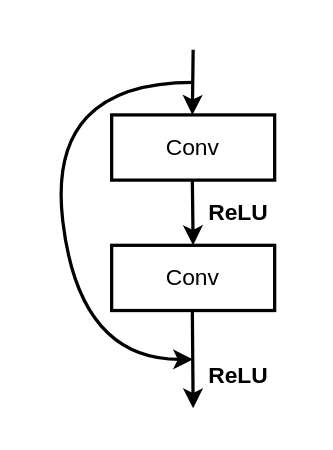
hcxisme/pyeeg keeps this draw.io diagram as jiantou.drawio. Above is the earlier version. Source tidied: cells renumbered, new cells numbered last; positions are measured from the earlier drawing's top-left corner, leaving out a move shared by most shapes. Both pictures are drawn from the tidied source at 163%, with x=0, y=0 at pixel (46, 49).
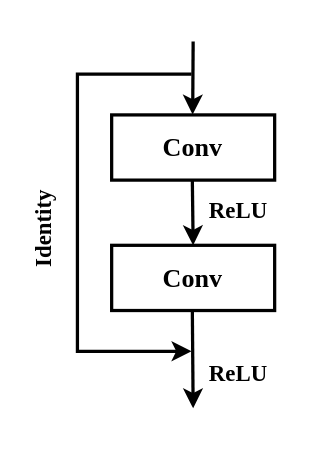
The same page after the edit.

Change to the diagram source:
```diff
@@
 <mxGraphModel>
   <root>
     <mxCell id="0" />
     <mxCell id="1" parent="0" />
-    <mxCell id="2" value="&lt;font style=&quot;font-size: 14px&quot;&gt;Conv&lt;/font&gt;" style="rounded=0;whiteSpace=wrap;html=1;strokeWidth=2;" parent="1" vertex="1">
+    <mxCell id="2" value="&lt;font style=&quot;font-size: 16px&quot; face=&quot;Times New Roman&quot;&gt;&lt;b&gt;Conv&lt;/b&gt;&lt;/font&gt;" style="rounded=0;whiteSpace=wrap;html=1;strokeWidth=2;" parent="1" vertex="1">
       <mxGeometry x="40" y="40" width="100" height="40" as="geometry" />
     </mxCell>
-    <mxCell id="3" value="&lt;font style=&quot;font-size: 14px&quot;&gt;Conv&lt;/font&gt;" style="rounded=0;whiteSpace=wrap;html=1;strokeWidth=2;" parent="1" vertex="1">
+    <mxCell id="3" value="&lt;font style=&quot;font-size: 16px&quot; face=&quot;Times New Roman&quot;&gt;&lt;b&gt;Conv&lt;/b&gt;&lt;/font&gt;" style="rounded=0;whiteSpace=wrap;html=1;strokeWidth=2;" parent="1" vertex="1">
       <mxGeometry x="40" y="120" width="100" height="40" as="geometry" />
     </mxCell>
     <mxCell id="4" style="endArrow=classic;html=1;strokeWidth=2;" parent="1" edge="1">
       <mxGeometry relative="1" as="geometry">
         <mxPoint x="89.5" y="80" as="sourcePoint" />
         <mxPoint x="90" y="120" as="targetPoint" />
       </mxGeometry>
     </mxCell>
     <mxCell id="5" style="endArrow=classic;html=1;strokeWidth=2;" parent="1" edge="1">
       <mxGeometry relative="1" as="geometry">
         <mxPoint x="89.5" y="160" as="sourcePoint" />
         <mxPoint x="90" y="220" as="targetPoint" />
       </mxGeometry>
     </mxCell>
-    <mxCell id="6" style="endArrow=classic;html=1;strokeWidth=2;" parent="1" edge="1">
-      <mxGeometry relative="1" as="geometry">
-        <mxPoint x="90" as="sourcePoint" />
-        <mxPoint x="89.5" y="40" as="targetPoint" />
-      </mxGeometry>
-    </mxCell>
-    <mxCell id="7" value="&lt;b&gt;&lt;font style=&quot;font-size: 14px&quot;&gt;ReLU&lt;/font&gt;&lt;/b&gt;" style="text;html=1;strokeColor=none;fillColor=none;align=center;verticalAlign=middle;whiteSpace=wrap;rounded=0;" parent="1" vertex="1">
+    <mxCell id="7" value="&lt;font style=&quot;font-size: 14px&quot; face=&quot;Times New Roman&quot;&gt;&lt;b&gt;ReLU&lt;/b&gt;&lt;/font&gt;" style="text;html=1;strokeColor=none;fillColor=none;align=center;verticalAlign=middle;whiteSpace=wrap;rounded=0;fontColor=default;" parent="1" vertex="1">
       <mxGeometry x="77" y="90" width="82" height="20" as="geometry" />
     </mxCell>
-    <mxCell id="8" style="curved=1;endArrow=classic;html=1;strokeWidth=2;" parent="1" edge="1">
-      <mxGeometry relative="1" as="geometry">
-        <mxPoint x="90" y="20" as="sourcePoint" />
-        <mxPoint x="90" y="190" as="targetPoint" />
-        <Array as="points">
-          <mxPoint y="20" />
-          <mxPoint x="20" y="190" />
-        </Array>
-      </mxGeometry>
-    </mxCell>
-    <mxCell id="9" value="&lt;b&gt;&lt;font style=&quot;font-size: 14px&quot;&gt;ReLU&lt;/font&gt;&lt;/b&gt;" style="text;html=1;strokeColor=none;fillColor=none;align=center;verticalAlign=middle;whiteSpace=wrap;rounded=0;" parent="1" vertex="1">
+    <mxCell id="9" value="&lt;font style=&quot;font-size: 14px&quot; face=&quot;Times New Roman&quot;&gt;&lt;b&gt;ReLU&lt;/b&gt;&lt;/font&gt;" style="text;html=1;strokeColor=none;fillColor=none;align=center;verticalAlign=middle;whiteSpace=wrap;rounded=0;" parent="1" vertex="1">
       <mxGeometry x="98" y="190" width="40" height="20" as="geometry" />
     </mxCell>
+    <mxCell id="10" style="edgeStyle=elbowEdgeStyle;elbow=horizontal;endArrow=classic;html=1;rounded=0;labelBackgroundColor=default;fontFamily=Times New Roman;fontSize=14;fontColor=default;strokeColor=default;strokeWidth=2;fillColor=default;" parent="1" edge="1">
+      <mxGeometry relative="1" as="geometry">
+        <mxPoint x="89" y="15" as="sourcePoint" />
+        <mxPoint x="89" y="185" as="targetPoint" />
+        <Array as="points">
+          <mxPoint x="19" y="105" />
+        </Array>
+      </mxGeometry>
+    </mxCell>
+    <mxCell id="11" value="&lt;font face=&quot;Times New Roman&quot;&gt;&lt;span style=&quot;font-size: 14px&quot;&gt;&lt;b&gt;Identity&lt;/b&gt;&lt;/span&gt;&lt;/font&gt;" style="text;html=1;strokeColor=none;fillColor=none;align=center;verticalAlign=middle;whiteSpace=wrap;rounded=0;fontColor=default;rotation=-90;" parent="1" vertex="1">
+      <mxGeometry x="-42" y="100" width="82" height="20" as="geometry" />
+    </mxCell>
+    <mxCell id="12" style="endArrow=classic;html=1;rounded=0;labelBackgroundColor=default;fontFamily=Times New Roman;fontSize=16;fontColor=default;strokeColor=default;strokeWidth=2;fillColor=default;entryX=0.587;entryY=-0.006;entryDx=0;entryDy=0;entryPerimeter=0;" parent="1" edge="1">
+      <mxGeometry relative="1" as="geometry">
+        <mxPoint x="90" y="-5" as="sourcePoint" />
+        <mxPoint x="89.7" y="39.8" as="targetPoint" />
+      </mxGeometry>
+    </mxCell>
   </root>
 </mxGraphModel>
```
